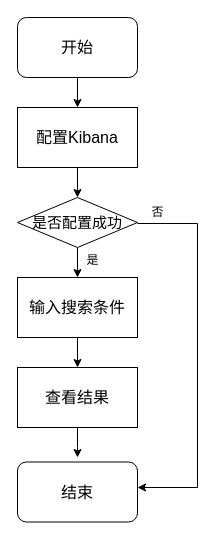
Above: kibana流程图.drawio in tianshengdiwangK/common (draw.io), before the change. Source tidied: cells renumbered, new cells numbered last; positions are measured from the earlier drawing's top-left corner, leaving out a move shared by most shapes. Both pictures are drawn from the tidied source at 100%, with x=0, y=0 at pixel (17, 17).
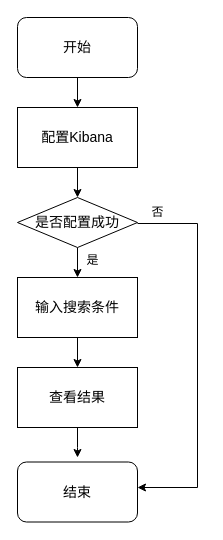
The same page after the edit.

Commit message:
更新kibana流程图.drawio

What changed in the source:
```diff
@@
 <mxGraphModel>
   <root>
     <mxCell id="0" />
     <mxCell id="1" parent="0" />
     <mxCell id="2" style="edgeStyle=orthogonalEdgeStyle;rounded=0;jettySize=auto;html=1;entryX=0.5;entryY=0;entryDx=0;entryDy=0;" parent="1" edge="1" source="3" target="5">
       <mxGeometry relative="1" as="geometry" />
     </mxCell>
-    <mxCell id="3" value="&lt;font style=&quot;font-size: 16px;&quot;&gt;开始&lt;/font&gt;" style="rounded=1;whiteSpace=wrap;html=1;" parent="1" vertex="1">
+    <mxCell id="3" value="&lt;font style=&quot;font-size: 14px;&quot;&gt;开始&lt;/font&gt;" style="rounded=1;whiteSpace=wrap;html=1;" parent="1" vertex="1">
       <mxGeometry width="120" height="60" as="geometry" />
     </mxCell>
     <mxCell id="4" style="edgeStyle=orthogonalEdgeStyle;rounded=0;jettySize=auto;html=1;" parent="1" edge="1" source="5" target="8">
       <mxGeometry relative="1" as="geometry" />
     </mxCell>
-    <mxCell id="5" value="&lt;font style=&quot;font-size: 16px;&quot;&gt;配置Kibana&lt;/font&gt;" style="rounded=0;whiteSpace=wrap;html=1;" parent="1" vertex="1">
+    <mxCell id="5" value="&lt;font style=&quot;font-size: 14px;&quot;&gt;配置Kibana&lt;/font&gt;" style="rounded=0;whiteSpace=wrap;html=1;" parent="1" vertex="1">
       <mxGeometry y="90" width="120" height="60" as="geometry" />
     </mxCell>
     <mxCell id="6" style="edgeStyle=orthogonalEdgeStyle;rounded=0;jettySize=auto;html=1;entryX=0.5;entryY=0;entryDx=0;entryDy=0;" parent="1" edge="1" source="8" target="10">
       <mxGeometry relative="1" as="geometry" />
     </mxCell>
     <mxCell id="7" style="edgeStyle=orthogonalEdgeStyle;rounded=0;orthogonalLoop=1;jettySize=auto;html=1;" parent="1" edge="1">
       <mxGeometry relative="1" as="geometry">
         <mxPoint x="120" y="206" as="sourcePoint" />
         <mxPoint x="120" y="470" as="targetPoint" />
         <Array as="points">
           <mxPoint x="180" y="206" />
         </Array>
       </mxGeometry>
     </mxCell>
-    <mxCell id="8" value="&lt;font style=&quot;font-size: 15px;&quot;&gt;是否配置成功&lt;/font&gt;" style="rhombus;whiteSpace=wrap;html=1;" parent="1" vertex="1">
+    <mxCell id="8" value="&lt;font style=&quot;font-size: 14px;&quot;&gt;是否配置成功&lt;/font&gt;" style="rhombus;whiteSpace=wrap;html=1;" parent="1" vertex="1">
       <mxGeometry y="180" width="120" height="50" as="geometry" />
     </mxCell>
     <mxCell id="9" style="edgeStyle=orthogonalEdgeStyle;rounded=0;jettySize=auto;html=1;" parent="1" edge="1" source="10" target="12">
       <mxGeometry relative="1" as="geometry" />
     </mxCell>
-    <mxCell id="10" value="&lt;font style=&quot;font-size: 16px;&quot;&gt;输入搜索条件&lt;/font&gt;" style="rounded=0;whiteSpace=wrap;html=1;" parent="1" vertex="1">
+    <mxCell id="10" value="&lt;font style=&quot;font-size: 14px;&quot;&gt;输入搜索条件&lt;/font&gt;" style="rounded=0;whiteSpace=wrap;html=1;" parent="1" vertex="1">
       <mxGeometry y="260" width="120" height="60" as="geometry" />
     </mxCell>
     <mxCell id="11" style="edgeStyle=orthogonalEdgeStyle;rounded=0;jettySize=auto;html=1;" parent="1" edge="1" source="12">
       <mxGeometry relative="1" as="geometry">
         <mxPoint x="60" y="440" as="targetPoint" />
       </mxGeometry>
     </mxCell>
-    <mxCell id="12" value="&lt;font style=&quot;font-size: 16px;&quot;&gt;查看结果&lt;/font&gt;" style="rounded=0;whiteSpace=wrap;html=1;" parent="1" vertex="1">
+    <mxCell id="12" value="&lt;font style=&quot;font-size: 14px;&quot;&gt;查看结果&lt;/font&gt;" style="rounded=0;whiteSpace=wrap;html=1;" parent="1" vertex="1">
       <mxGeometry y="350" width="120" height="60" as="geometry" />
     </mxCell>
-    <mxCell id="13" value="&lt;font style=&quot;font-size: 16px;&quot;&gt;结束&lt;/font&gt;" style="rounded=1;whiteSpace=wrap;html=1;" parent="1" vertex="1">
+    <mxCell id="13" value="&lt;font style=&quot;font-size: 14px;&quot;&gt;结束&lt;/font&gt;" style="rounded=1;whiteSpace=wrap;html=1;" parent="1" vertex="1">
       <mxGeometry y="444.5" width="120" height="60" as="geometry" />
     </mxCell>
     <mxCell id="14" value="是" style="text;html=1;align=center;verticalAlign=middle;strokeColor=none;fillColor=none;" parent="1" vertex="1">
       <mxGeometry x="55" y="228" width="40" height="30" as="geometry" />
     </mxCell>
     <mxCell id="15" value="否" style="text;html=1;align=center;verticalAlign=middle;strokeColor=none;fillColor=none;" parent="1" vertex="1">
       <mxGeometry x="120" y="180" width="40" height="30" as="geometry" />
     </mxCell>
   </root>
 </mxGraphModel>
```
